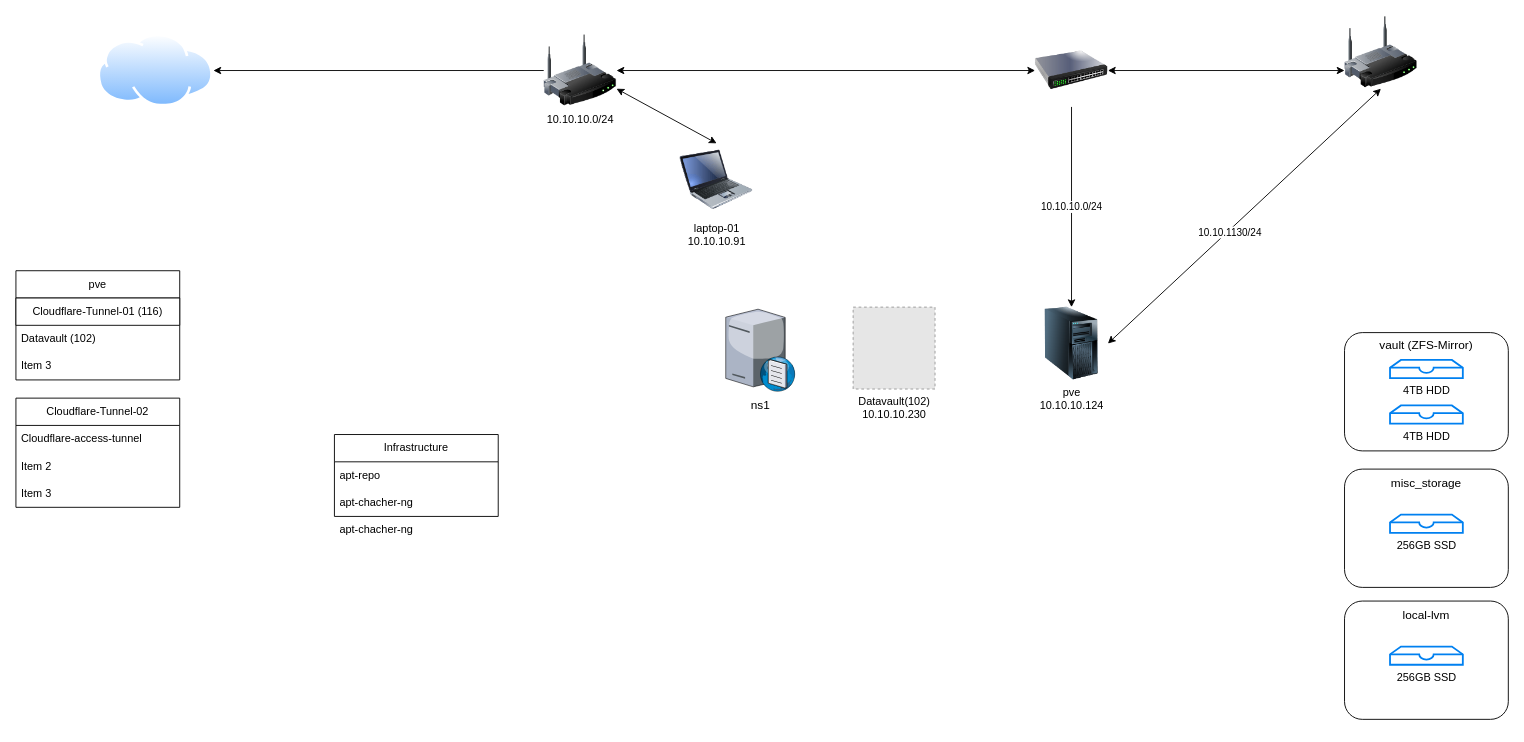
Ghvinerias/homelab keeps this draw.io diagram as drawio/slick.-homelab.drawio. Above is the earlier version. Source tidied: cells renumbered, new cells numbered last; positions are measured from the earlier drawing's top-left corner, leaving out a move shared by most shapes. Both pictures are drawn from the tidied source at 91%, with x=0, y=0 at pixel (15, 15). Pictures stored in the file or linked from it are replaced by grey dashed boxes.
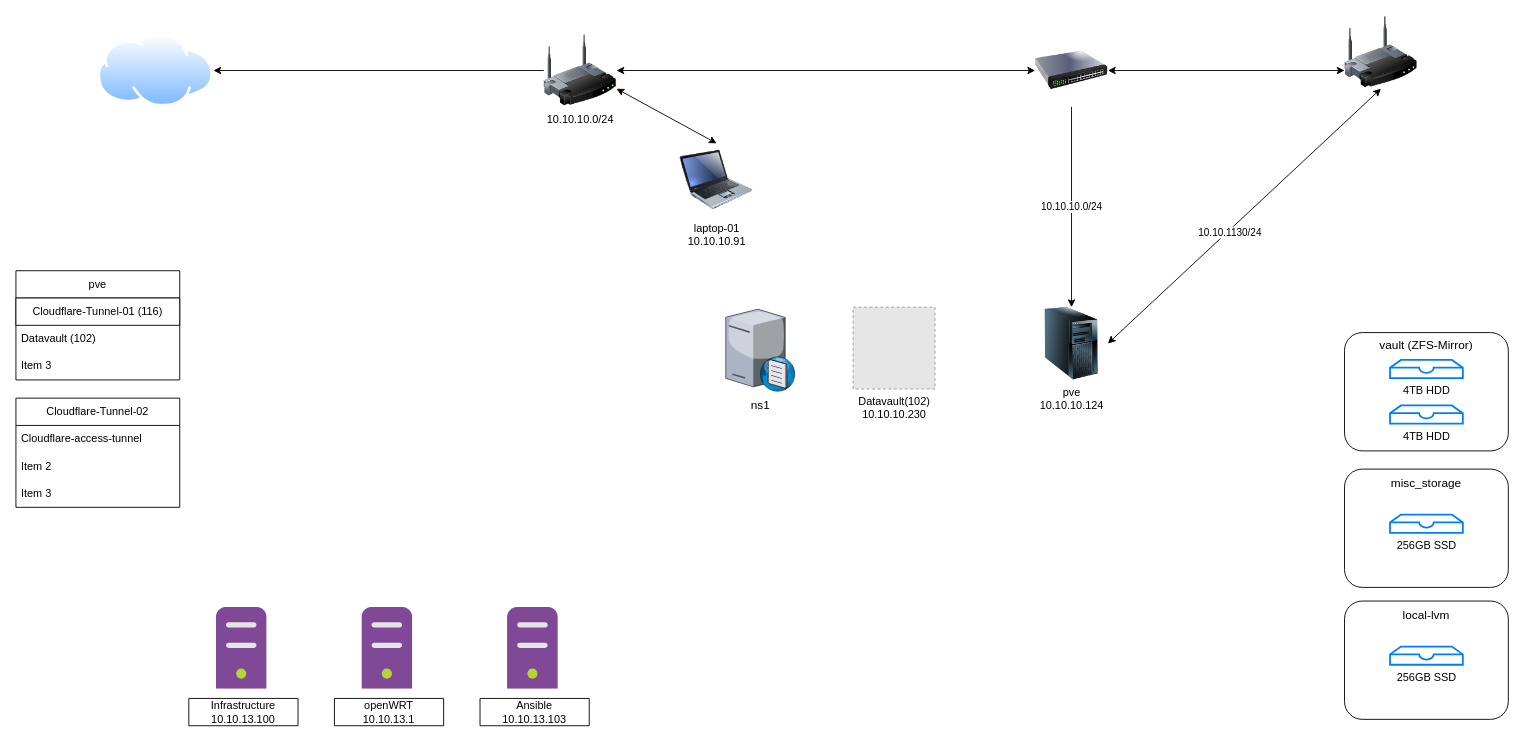
The same page after the edit.

What changed in the source:
```diff
@@
-    <mxCell id="35" value="Infrastructure" style="swimlane;fontStyle=0;horizontal=1;startSize=30;whiteSpace=wrap;html=1;" parent="1" vertex="1">
-      <mxGeometry x="350" y="460" width="180" height="90" as="geometry" />
+    <mxCell id="35" value="&lt;div&gt;Infrastructure&lt;/div&gt;&lt;div&gt;10.10.13.100&lt;/div&gt;" style="swimlane;fontStyle=0;horizontal=1;startSize=30;whiteSpace=wrap;html=1;" parent="1" vertex="1" collapsed="1">
+      <mxGeometry x="190" y="750" width="120" height="30" as="geometry" />
     </mxCell>
-    <mxCell id="36" value="apt-repo" style="text;strokeColor=none;fillColor=none;align=left;verticalAlign=middle;spacingLeft=4;spacingRight=4;overflow=hidden;whiteSpace=wrap;html=1;" parent="35" vertex="1">
-      <mxGeometry y="30" width="180" height="30" as="geometry" />
-    </mxCell>
-    <mxCell id="37" value="apt-chacher-ng" style="text;strokeColor=none;fillColor=none;align=left;verticalAlign=middle;spacingLeft=4;spacingRight=4;overflow=hidden;whiteSpace=wrap;html=1;" parent="35" vertex="1">
-      <mxGeometry y="60" width="180" height="30" as="geometry" />
-    </mxCell>
-    <mxCell id="38" value="apt-chacher-ng" style="text;strokeColor=none;fillColor=none;align=left;verticalAlign=middle;spacingLeft=4;spacingRight=4;overflow=hidden;whiteSpace=wrap;html=1;" parent="1" vertex="1">
-      <mxGeometry x="350" y="550" width="180" height="30" as="geometry" />
-    </mxCell>
+    <mxCell id="39" style="sketch=0;html=1;align=center;image;fontSize=12;image=img/lib/mscae/Non_Azure_Machine.svg;" parent="1" vertex="1">
+      <mxGeometry x="220.2" y="650" width="55.8" height="90" as="geometry" />
+    </mxCell>
+    <mxCell id="40" style="sketch=0;html=1;align=center;image;fontSize=12;image=img/lib/mscae/Non_Azure_Machine.svg;" parent="1" vertex="1">
+      <mxGeometry x="380.2" y="650" width="55.8" height="90" as="geometry" />
+    </mxCell>
+    <mxCell id="41" value="&lt;div&gt;openWRT&lt;/div&gt;&lt;div&gt;10.10.13.1&lt;/div&gt;" style="swimlane;fontStyle=0;horizontal=1;startSize=30;whiteSpace=wrap;html=1;" parent="1" vertex="1" collapsed="1">
+      <mxGeometry x="350" y="750" width="120" height="30" as="geometry" />
+    </mxCell>
+    <mxCell id="42" style="sketch=0;html=1;align=center;image;fontSize=12;image=img/lib/mscae/Non_Azure_Machine.svg;" parent="1" vertex="1">
+      <mxGeometry x="540.2" y="650" width="55.8" height="90" as="geometry" />
+    </mxCell>
+    <mxCell id="43" value="&lt;div&gt;Ansible&lt;/div&gt;&lt;div&gt;10.10.13.103&lt;/div&gt;" style="swimlane;fontStyle=0;horizontal=1;startSize=30;whiteSpace=wrap;html=1;" parent="1" vertex="1" collapsed="1">
+      <mxGeometry x="510" y="750" width="120" height="30" as="geometry" />
+    </mxCell>
```
